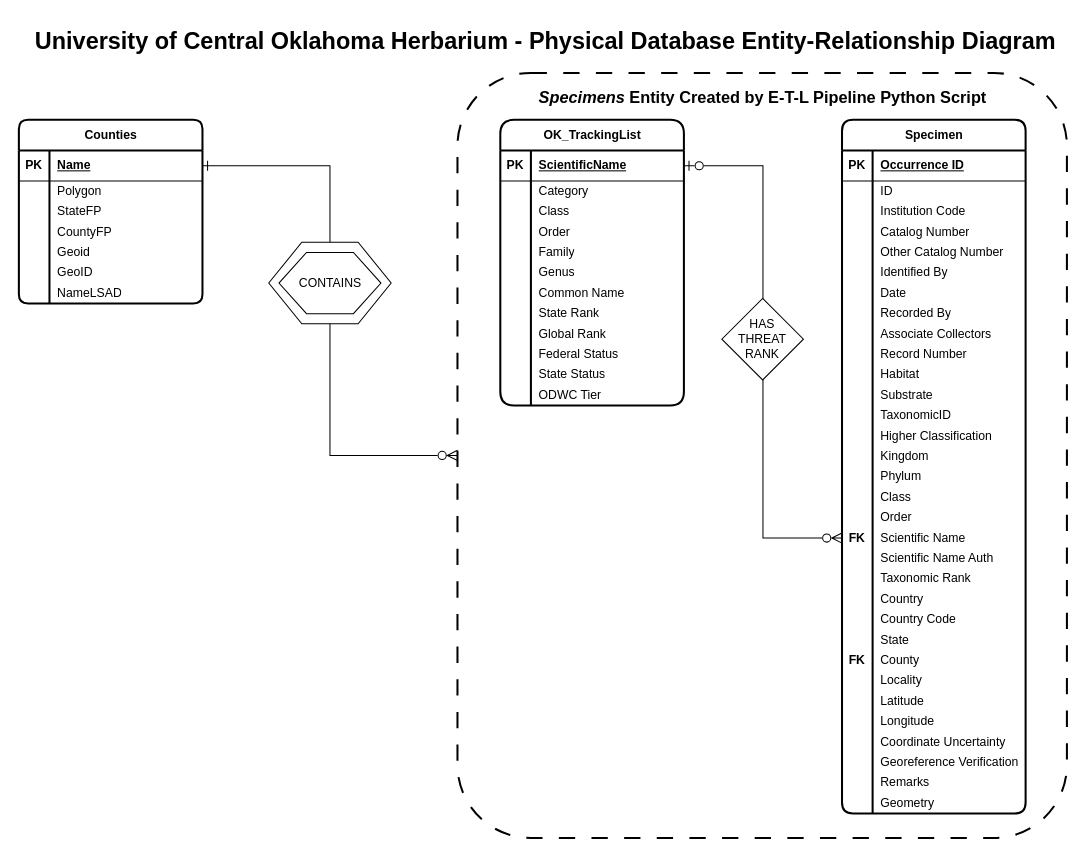
Before: docs/UCO_Herbarium_ERD_v2_DrawIO.drawio in Mwright710788/CapstoneFiles, a draw.io diagram. Source tidied: cells renumbered, new cells numbered last; positions are measured from the earlier drawing's top-left corner, leaving out a move shared by most shapes. Both pictures are drawn from the tidied source at 102%, with x=0, y=0 at pixel (18, 17).
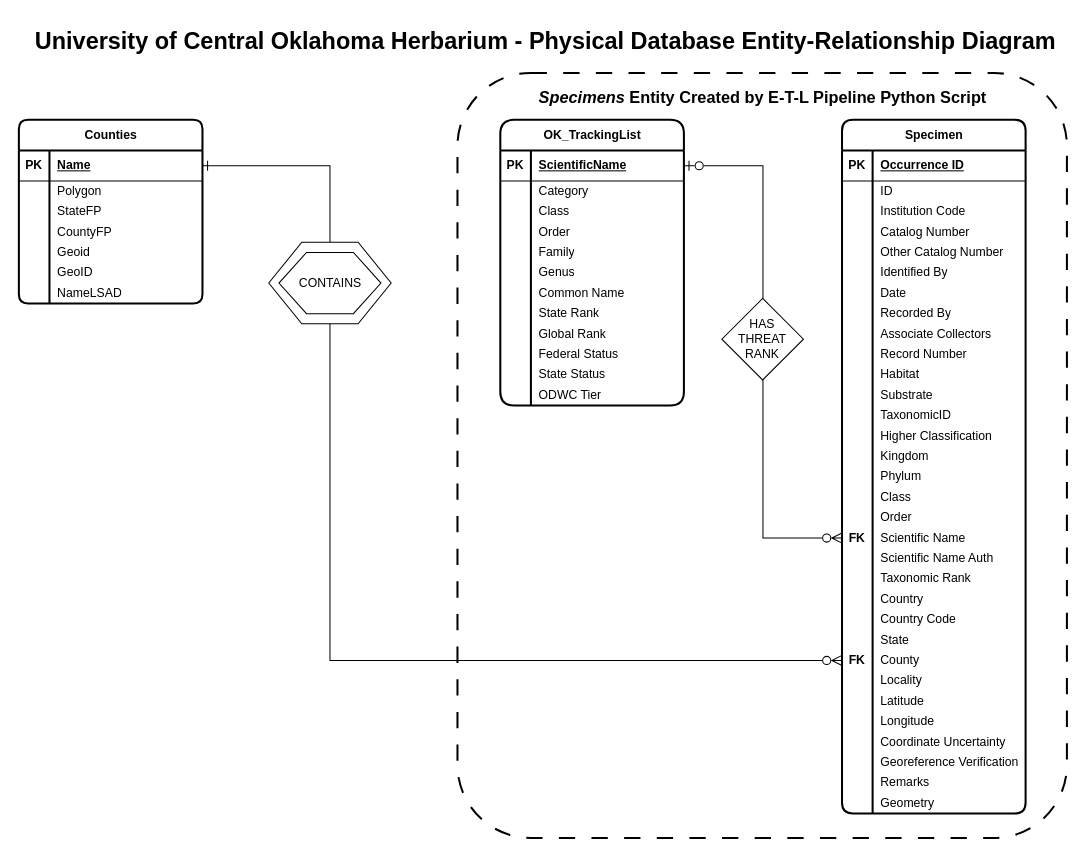
The same diagram, later.

Commit message:
Updated county to specimen cardinality UCO_Herbarium_ERD_v2_DrawIO.drawio

The change refers to these unchanged cells:
```xml
<mxCell id="2" style="rounded=1;whiteSpace=wrap;html=1;strokeWidth=2;dashed=1;dashPattern=8 8;arcSize=12;" parent="1" vertex="1">
  <mxGeometry x="430" y="54" width="597.5" height="750" as="geometry" />
</mxCell>
<mxCell id="77" style="shape=tableRow;horizontal=0;startSize=0;swimlaneHead=0;swimlaneBody=0;fillColor=none;points=[[0,0.5],[1,0.5]];portConstraint=eastwest;top=0;left=0;right=0;bottom=0;" parent="4" vertex="1">
  <mxGeometry y="520" width="180" height="20" as="geometry" />
</mxCell>
<mxCell id="140" style="shape=tableRow;horizontal=0;startSize=0;swimlaneHead=0;swimlaneBody=0;fillColor=none;points=[[0,0.5],[1,0.5]];portConstraint=eastwest;top=0;left=0;right=0;bottom=1;" parent="139" vertex="1">
  <mxGeometry y="30" width="180" height="30" as="geometry" />
</mxCell>
```

Diff of the diagram source:
```diff
@@
-    <mxCell id="163" style="edgeStyle=orthogonalEdgeStyle;rounded=0;jettySize=auto;html=1;exitX=1;exitY=0.5;exitDx=0;exitDy=0;startArrow=ERone;startFill=0;startSize=8;endArrow=ERzeroToMany;endFill=0;endSize=8;" parent="1" edge="1" source="140" target="2">
-      <mxGeometry relative="1" as="geometry" />
+    <mxCell id="163" style="edgeStyle=orthogonalEdgeStyle;rounded=0;jettySize=auto;html=1;exitX=1;exitY=0.5;exitDx=0;exitDy=0;startArrow=ERone;startFill=0;startSize=8;endArrow=ERzeroToMany;endFill=0;endSize=8;entryX=0;entryY=0.5;entryDx=0;entryDy=0;" parent="1" edge="1" source="140" target="77">
+      <mxGeometry relative="1" as="geometry">
+        <Array as="points">
+          <mxPoint x="305" y="145" />
+          <mxPoint x="305" y="630" />
+        </Array>
+      </mxGeometry>
     </mxCell>
```
